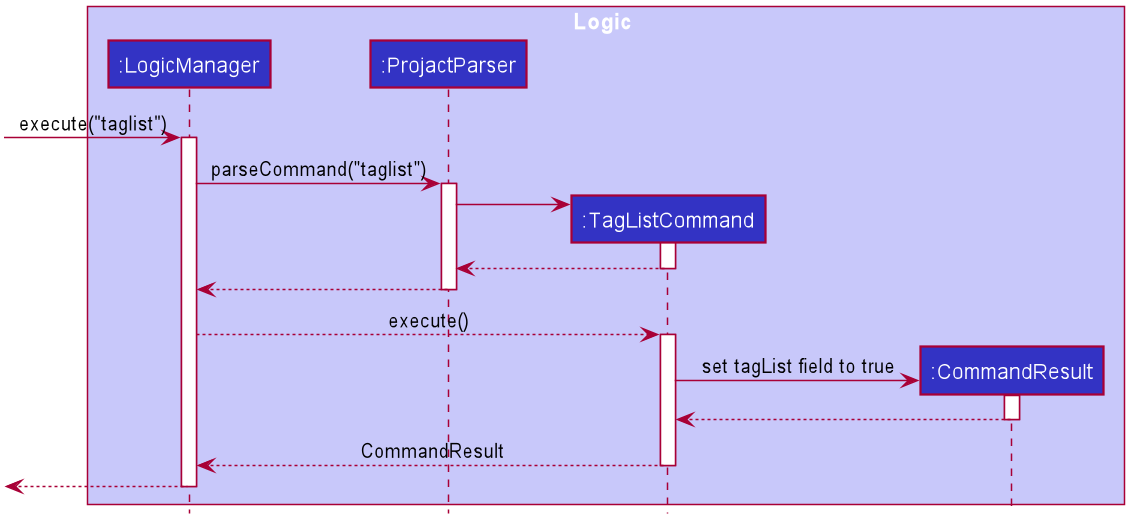
Earlier version of the PlantUML export docs/images/TagListSequenceDiagram.png (siqiang-ng/tp).
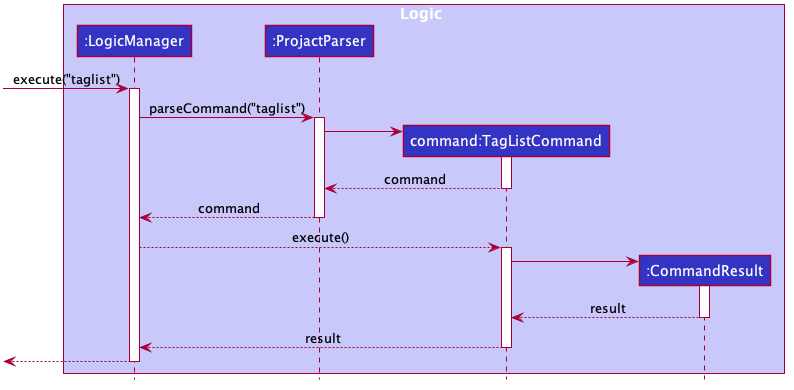
The same file after the commit.

What changed in the source:
```diff
@@ -51,7 +51,7 @@
 box Logic #C8C8FA
 participant ":LogicManager" as LogicManager #3333C4
 participant ":ProjactParser" as ProjactParser #3333C4
-participant ":TagListCommand" as TagListCommand #3333C4
+participant "command:TagListCommand" as TagListCommand #3333C4
 participant ":CommandResult" as CommandResult #3333C4
 end box
 
@@ -65,23 +65,23 @@
 ProjactParser -> TagListCommand
 activate TagListCommand
 
-TagListCommand --> ProjactParser :
+TagListCommand --> ProjactParser : command
 deactivate TagListCommand
 
-ProjactParser --> LogicManager :
+ProjactParser --> LogicManager : command
 deactivate ProjactParser
 
 LogicManager --> TagListCommand : execute()
 activate TagListCommand
 
 create CommandResult
-TagListCommand -> CommandResult : set tagList field to true
+TagListCommand -> CommandResult
 activate CommandResult
 
-CommandResult --> TagListCommand
+CommandResult --> TagListCommand : result
 deactivate CommandResult
 
-TagListCommand --> LogicManager : CommandResult
+TagListCommand --> LogicManager : result
 deactivate TagListCommand
 
 LogicManager -->[
```
